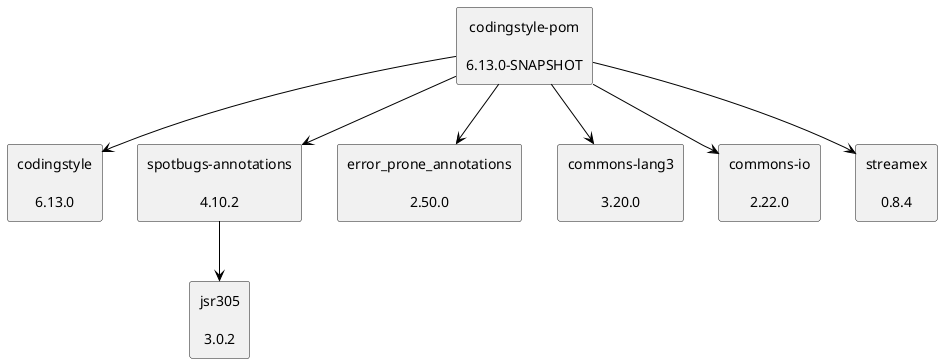
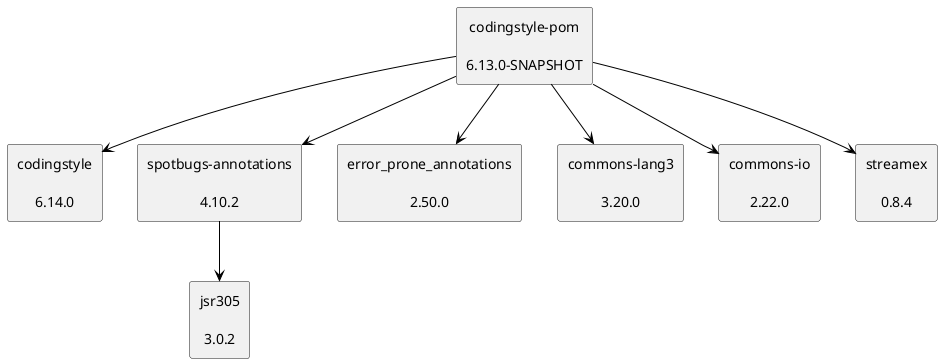
@startuml
skinparam defaultTextAlignment center
skinparam rectangle {
  BackgroundColor<<optional>> beige
  BackgroundColor<<test>> lightGreen
  BackgroundColor<<runtime>> lightBlue
  BackgroundColor<<provided>> lightGray
}
rectangle "codingstyle-pom\n\n6.13.0-SNAPSHOT" as edu_hm_hafner_codingstyle_pom_pom
- rectangle "codingstyle\n\n6.13.0" as edu_hm_hafner_codingstyle_jar
+ rectangle "codingstyle\n\n6.14.0" as edu_hm_hafner_codingstyle_jar
rectangle "spotbugs-annotations\n\n4.10.2" as com_github_spotbugs_spotbugs_annotations_jar
rectangle "jsr305\n\n3.0.2" as com_google_code_findbugs_jsr305_jar
rectangle "error_prone_annotations\n\n2.50.0" as com_google_errorprone_error_prone_annotations_jar
rectangle "commons-lang3\n\n3.20.0" as org_apache_commons_commons_lang3_jar
rectangle "commons-io\n\n2.22.0" as commons_io_commons_io_jar
rectangle "streamex\n\n0.8.4" as one_util_streamex_jar
edu_hm_hafner_codingstyle_pom_pom -[#000000]-> edu_hm_hafner_codingstyle_jar
com_github_spotbugs_spotbugs_annotations_jar -[#000000]-> com_google_code_findbugs_jsr305_jar
edu_hm_hafner_codingstyle_pom_pom -[#000000]-> com_github_spotbugs_spotbugs_annotations_jar
edu_hm_hafner_codingstyle_pom_pom -[#000000]-> com_google_errorprone_error_prone_annotations_jar
edu_hm_hafner_codingstyle_pom_pom -[#000000]-> org_apache_commons_commons_lang3_jar
edu_hm_hafner_codingstyle_pom_pom -[#000000]-> commons_io_commons_io_jar
edu_hm_hafner_codingstyle_pom_pom -[#000000]-> one_util_streamex_jar
@enduml